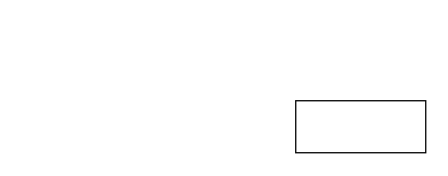
Before: Practica_05_Indice_y_Optimizacion_BBDD/entidad-relacion-postgres_air.drawio in feichay10/Practicas-ADBD, a draw.io diagram. Source tidied: cells renumbered, new cells numbered last; positions are measured from the earlier drawing's top-left corner, leaving out a move shared by most shapes. Both pictures are drawn from the tidied source at 130%, with x=0, y=0 at pixel (295, 100).
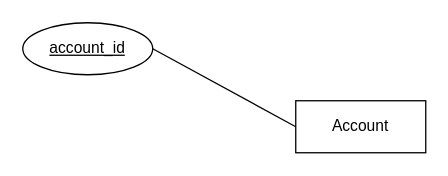
After the change.

Change to the diagram source:
```diff
@@
 <mxGraphModel>
   <root>
     <mxCell id="0" />
     <mxCell id="1" parent="0" />
-    <mxCell id="2" style="whiteSpace=wrap;html=1;align=center;" parent="1" vertex="1">
+    <mxCell id="2" value="Account" style="whiteSpace=wrap;html=1;align=center;" parent="1" vertex="1">
       <mxGeometry width="100" height="40" as="geometry" />
     </mxCell>
+    <mxCell id="3" value="account_id" style="ellipse;whiteSpace=wrap;html=1;align=center;fontStyle=4;" parent="1" vertex="1">
+      <mxGeometry x="-210" y="-60" width="100" height="40" as="geometry" />
+    </mxCell>
+    <mxCell id="4" style="endArrow=none;html=1;rounded=0;exitX=1;exitY=0.5;exitDx=0;exitDy=0;entryX=0;entryY=0.5;entryDx=0;entryDy=0;" parent="1" edge="1" source="3" target="2">
+      <mxGeometry relative="1" as="geometry" />
+    </mxCell>
   </root>
 </mxGraphModel>
```
